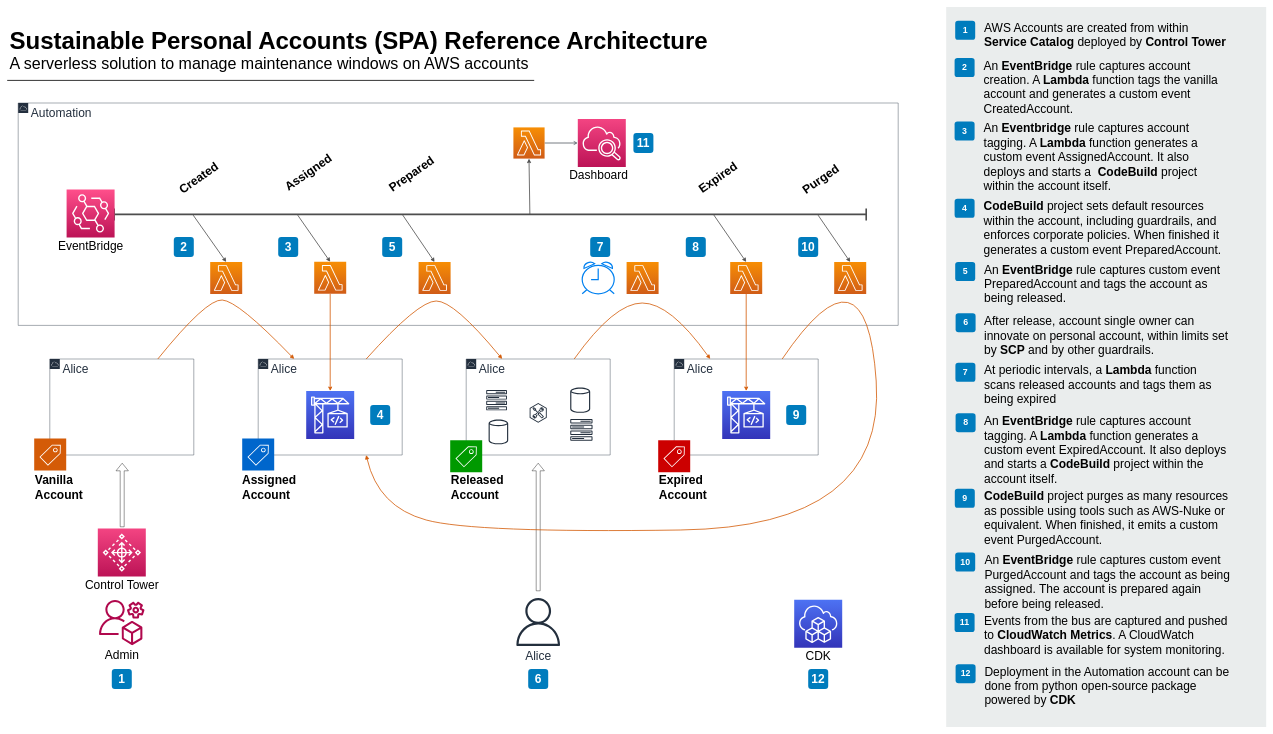
This is media/reference-architecture.drawio from reply-fr/sustainable-personal-accounts, a draw.io file, before an edit. Source tidied: cells renumbered, new cells numbered last; positions are measured from the earlier drawing's top-left corner, leaving out a move shared by most shapes. Both pictures are drawn from the tidied source at 40%, with x=0, y=0 at pixel (7, 7).
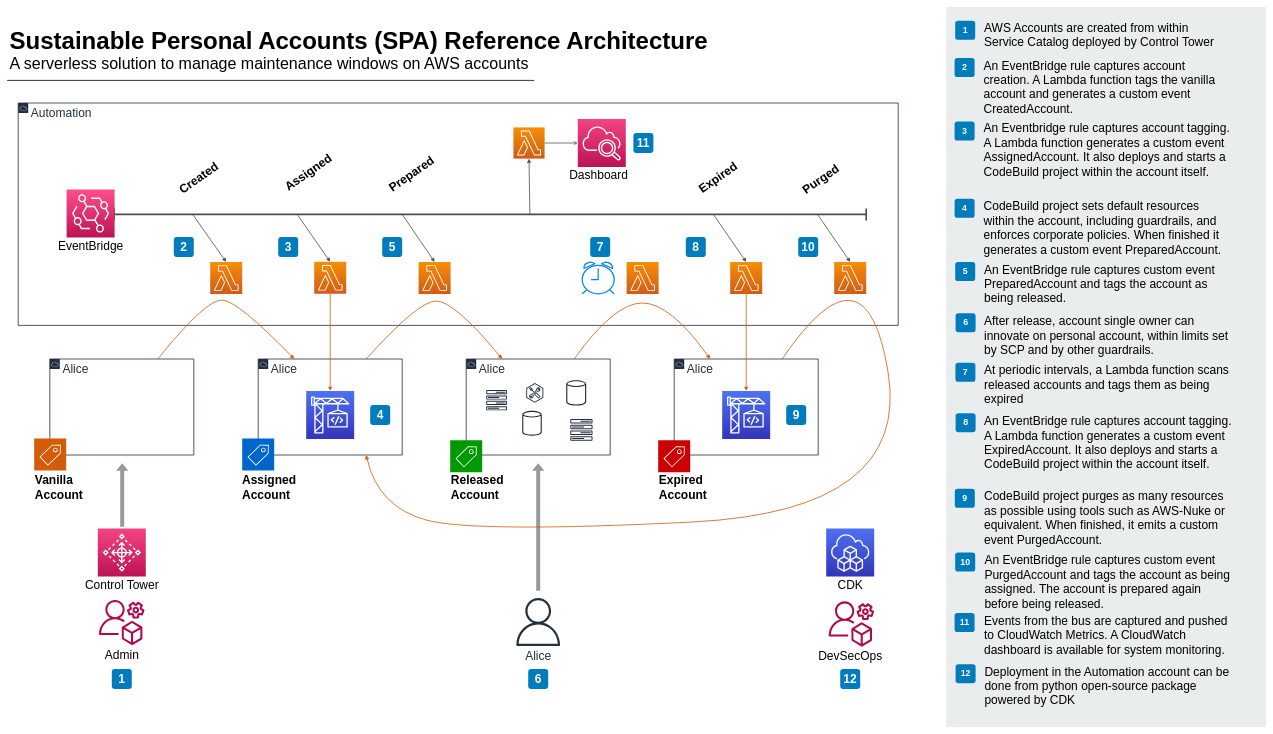
The same page after the edit.

Commit message (it also covers changes not shown here):
enhance the reference architecture again

Change to the diagram source:
```diff
@@
-    <mxCell id="2" value="Alice" style="points=[[0,0],[0.25,0],[0.5,0],[0.75,0],[1,0],[1,0.25],[1,0.5],[1,0.75],[1,1],[0.75,1],[0.5,1],[0.25,1],[0,1],[0,0.75],[0,0.5],[0,0.25]];outlineConnect=0;gradientColor=none;html=1;whiteSpace=wrap;fontSize=30;fontStyle=0;shape=mxgraph.aws4.group;grIcon=mxgraph.aws4.group_aws_cloud;strokeColor=#232F3E;fillColor=none;verticalAlign=top;align=left;spacingLeft=30;fontColor=#232F3E;dashed=0;" parent="1" vertex="1">
+    <mxCell id="2" value="Alice" style="points=[[0,0],[0.25,0],[0.5,0],[0.75,0],[1,0],[1,0.25],[1,0.5],[1,0.75],[1,1],[0.75,1],[0.5,1],[0.25,1],[0,1],[0,0.75],[0,0.5],[0,0.25]];outlineConnect=0;gradientColor=none;html=1;whiteSpace=wrap;fontSize=30;fontStyle=0;shape=mxgraph.aws4.group;grIcon=mxgraph.aws4.group_aws_cloud;strokeColor=#232F3E;fillColor=none;verticalAlign=top;align=left;spacingLeft=30;fontColor=#232F3E;dashed=0;strokeWidth=2;" parent="1" vertex="1">
       <mxGeometry x="628" y="880" width="360" height="240" as="geometry" />
     </mxCell>
@@
-    <mxCell id="7" value="&lt;font style=&quot;font-size: 30px;&quot;&gt;Automation&lt;/font&gt;" style="gradientColor=none;html=1;whiteSpace=wrap;fontSize=30;fontStyle=0;shape=mxgraph.aws4.group;grIcon=mxgraph.aws4.group_aws_cloud;strokeColor=#232F3E;fillColor=none;verticalAlign=top;align=left;spacingLeft=30;fontColor=#232F3E;dashed=0;" parent="1" vertex="1">
+    <mxCell id="7" value="&lt;font style=&quot;font-size: 30px;&quot;&gt;Automation&lt;/font&gt;" style="gradientColor=none;html=1;whiteSpace=wrap;fontSize=30;fontStyle=0;shape=mxgraph.aws4.group;grIcon=mxgraph.aws4.group_aws_cloud;strokeColor=#232F3E;fillColor=none;verticalAlign=top;align=left;spacingLeft=30;fontColor=#232F3E;dashed=0;strokeWidth=2;" parent="1" vertex="1">
       <mxGeometry x="28" y="240" width="2200" height="556" as="geometry" />
     </mxCell>
@@
-    <mxCell id="22" value="&lt;span style=&quot;font-size: 30px;&quot;&gt;AWS Accounts are created from within &lt;b style=&quot;font-size: 30px;&quot;&gt;Service Catalog&lt;/b&gt; deployed by &lt;b style=&quot;font-size: 30px;&quot;&gt;Control Tower&lt;/b&gt;&amp;nbsp;&lt;/span&gt;" style="text;html=1;align=left;verticalAlign=top;spacingTop=-4;fontSize=30;labelBackgroundColor=none;whiteSpace=wrap;" parent="1" vertex="1">
+    <mxCell id="22" value="&lt;span style=&quot;font-size: 30px;&quot;&gt;AWS Accounts are created from within &lt;span style=&quot;font-size: 30px;&quot;&gt;Service Catalog&lt;/span&gt; deployed by &lt;span style=&quot;font-size: 30px;&quot;&gt;Control Tower&lt;/span&gt;&amp;nbsp;&lt;/span&gt;" style="text;html=1;align=left;verticalAlign=top;spacingTop=-4;fontSize=30;labelBackgroundColor=none;whiteSpace=wrap;fontStyle=0;" parent="1" vertex="1">
       <mxGeometry x="2441" y="32" width="617" height="118" as="geometry" />
     </mxCell>
-    <mxCell id="23" value="&lt;span style=&quot;font-size: 30px;&quot;&gt;An &lt;b style=&quot;font-size: 30px;&quot;&gt;EventBridge&lt;/b&gt; rule captures account creation. A &lt;b style=&quot;font-size: 30px;&quot;&gt;Lambda&lt;/b&gt; function tags the vanilla account and generates a custom event CreatedAccount.&lt;/span&gt;" style="text;html=1;align=left;verticalAlign=top;spacingTop=-4;fontSize=30;labelBackgroundColor=none;whiteSpace=wrap;" parent="1" vertex="1">
+    <mxCell id="23" value="&lt;span style=&quot;font-size: 30px;&quot;&gt;An &lt;span style=&quot;font-size: 30px;&quot;&gt;EventBridge&lt;/span&gt; rule captures account creation. A &lt;span style=&quot;font-size: 30px;&quot;&gt;Lambda&lt;/span&gt; function tags the vanilla account and generates a custom event CreatedAccount.&lt;/span&gt;" style="text;html=1;align=left;verticalAlign=top;spacingTop=-4;fontSize=30;labelBackgroundColor=none;whiteSpace=wrap;fontStyle=0;" parent="1" vertex="1">
       <mxGeometry x="2440" y="126" width="618" height="115" as="geometry" />
     </mxCell>
-    <mxCell id="24" value="&lt;span style=&quot;font-size: 30px;&quot;&gt;An &lt;b style=&quot;font-size: 30px;&quot;&gt;Eventbridge&lt;/b&gt; rule captures account tagging. A &lt;b style=&quot;font-size: 30px;&quot;&gt;Lambda&lt;/b&gt; function generates a custom event AssignedAccount. It also deploys and starts a&amp;nbsp; &lt;b style=&quot;font-size: 30px;&quot;&gt;CodeBuild&lt;/b&gt; project within the account itself.&lt;/span&gt;" style="text;html=1;align=left;verticalAlign=top;spacingTop=-4;fontSize=30;labelBackgroundColor=none;whiteSpace=wrap;" parent="1" vertex="1">
+    <mxCell id="24" value="&lt;span style=&quot;font-size: 30px;&quot;&gt;An &lt;span style=&quot;font-size: 30px;&quot;&gt;Eventbridge&lt;/span&gt; rule captures account tagging. A &lt;span style=&quot;font-size: 30px;&quot;&gt;Lambda&lt;/span&gt; function generates a custom event AssignedAccount. It also deploys and starts a&amp;nbsp; &lt;span style=&quot;font-size: 30px;&quot;&gt;CodeBuild&lt;/span&gt; project within the account itself.&lt;/span&gt;" style="text;html=1;align=left;verticalAlign=top;spacingTop=-4;fontSize=30;labelBackgroundColor=none;whiteSpace=wrap;fontStyle=0;" parent="1" vertex="1">
       <mxGeometry x="2440" y="283" width="618" height="117" as="geometry" />
     </mxCell>
-    <mxCell id="25" value="&lt;span style=&quot;font-size: 30px;&quot;&gt;&lt;b style=&quot;font-size: 30px;&quot;&gt;CodeBuild&lt;/b&gt; project sets default resources within the account, including guardrails, and enforces corporate policies. When finished it generates a custom event PreparedAccount.&lt;/span&gt;" style="text;html=1;align=left;verticalAlign=top;spacingTop=-4;fontSize=30;labelBackgroundColor=none;whiteSpace=wrap;" parent="1" vertex="1">
+    <mxCell id="25" value="&lt;span style=&quot;font-size: 30px;&quot;&gt;&lt;span style=&quot;font-size: 30px;&quot;&gt;CodeBuild&lt;/span&gt; project sets default resources within the account, including guardrails, and enforces corporate policies. When finished it generates a custom event PreparedAccount.&lt;/span&gt;" style="text;html=1;align=left;verticalAlign=top;spacingTop=-4;fontSize=30;labelBackgroundColor=none;whiteSpace=wrap;fontStyle=0;" parent="1" vertex="1">
       <mxGeometry x="2440" y="478" width="618" height="121" as="geometry" />
     </mxCell>
-    <mxCell id="26" value="&lt;span style=&quot;font-size: 30px;&quot;&gt;An &lt;b style=&quot;font-size: 30px;&quot;&gt;EventBridge&lt;/b&gt; rule captures custom event PreparedAccount and tags the account as being released.&lt;/span&gt;" style="text;html=1;align=left;verticalAlign=top;spacingTop=-4;fontSize=30;labelBackgroundColor=none;whiteSpace=wrap;" parent="1" vertex="1">
+    <mxCell id="26" value="&lt;span style=&quot;font-size: 30px;&quot;&gt;An &lt;span style=&quot;font-size: 30px;&quot;&gt;EventBridge&lt;/span&gt; rule captures custom event PreparedAccount and tags the account as being released.&lt;/span&gt;" style="text;html=1;align=left;verticalAlign=top;spacingTop=-4;fontSize=30;labelBackgroundColor=none;whiteSpace=wrap;fontStyle=0;" parent="1" vertex="1">
       <mxGeometry x="2441" y="636" width="617" height="114" as="geometry" />
     </mxCell>
-    <mxCell id="27" value="&lt;span style=&quot;font-size: 30px;&quot;&gt;After release, account single owner can innovate on personal account, within limits set by &lt;b style=&quot;font-size: 30px;&quot;&gt;SCP&lt;/b&gt; and by other guardrails.&lt;/span&gt;" style="text;html=1;align=left;verticalAlign=top;spacingTop=-4;fontSize=30;labelBackgroundColor=none;whiteSpace=wrap;" parent="1" vertex="1">
+    <mxCell id="27" value="&lt;span style=&quot;font-size: 30px;&quot;&gt;After release, account single owner can innovate on personal account, within limits set by &lt;span style=&quot;font-size: 30px;&quot;&gt;SCP&lt;/span&gt; and by other guardrails.&lt;/span&gt;" style="text;html=1;align=left;verticalAlign=top;spacingTop=-4;fontSize=30;labelBackgroundColor=none;whiteSpace=wrap;fontStyle=0;" parent="1" vertex="1">
       <mxGeometry x="2441" y="765" width="617" height="118" as="geometry" />
     </mxCell>
-    <mxCell id="28" value="&lt;font style=&quot;font-size: 30px;&quot;&gt;At periodic intervals, a &lt;b style=&quot;font-size: 30px;&quot;&gt;Lambda&lt;/b&gt; function scans released accounts and tags them as being expired&lt;/font&gt;" style="text;html=1;align=left;verticalAlign=top;spacingTop=-4;fontSize=30;labelBackgroundColor=none;whiteSpace=wrap;" parent="1" vertex="1">
+    <mxCell id="28" value="&lt;font style=&quot;font-size: 30px;&quot;&gt;At periodic intervals, a &lt;span style=&quot;font-size: 30px;&quot;&gt;Lambda&lt;/span&gt; function scans released accounts and tags them as being expired&lt;/font&gt;" style="text;html=1;align=left;verticalAlign=top;spacingTop=-4;fontSize=30;labelBackgroundColor=none;whiteSpace=wrap;fontStyle=0;" parent="1" vertex="1">
       <mxGeometry x="2441" y="888" width="617" height="113" as="geometry" />
     </mxCell>
-    <mxCell id="29" value="&lt;font style=&quot;font-size: 30px;&quot;&gt;An &lt;b style=&quot;font-size: 30px;&quot;&gt;EventBridge&lt;/b&gt; rule captures account tagging. A &lt;b style=&quot;font-size: 30px;&quot;&gt;Lambda&lt;/b&gt; function generates a custom event ExpiredAccount. It also deploys and starts a &lt;b style=&quot;font-size: 30px;&quot;&gt;CodeBuild&lt;/b&gt; project within the account itself.&amp;nbsp;&lt;/font&gt;" style="text;html=1;align=left;verticalAlign=top;spacingTop=-4;fontSize=30;labelBackgroundColor=none;whiteSpace=wrap;" parent="1" vertex="1">
+    <mxCell id="29" value="&lt;font style=&quot;font-size: 30px;&quot;&gt;An &lt;span style=&quot;font-size: 30px;&quot;&gt;EventBridge&lt;/span&gt; rule captures account tagging. A &lt;span style=&quot;font-size: 30px;&quot;&gt;Lambda&lt;/span&gt; function generates a custom event ExpiredAccount. It also deploys and starts a &lt;span style=&quot;font-size: 30px;&quot;&gt;CodeBuild&lt;/span&gt; project within the account itself.&amp;nbsp;&lt;/font&gt;" style="text;html=1;align=left;verticalAlign=top;spacingTop=-4;fontSize=30;labelBackgroundColor=none;whiteSpace=wrap;fontStyle=0;" parent="1" vertex="1">
       <mxGeometry x="2441" y="1015" width="627" height="124" as="geometry" />
     </mxCell>
-    <mxCell id="30" value="&lt;span style=&quot;font-size: 30px;&quot;&gt;&lt;b style=&quot;font-size: 30px;&quot;&gt;CodeBuild&lt;/b&gt; project purges as many resources as possible using tools such as AWS-Nuke or equivalent. When finished, it emits a custom event PurgedAccount.&lt;/span&gt;" style="text;html=1;align=left;verticalAlign=top;spacingTop=-4;fontSize=30;labelBackgroundColor=none;whiteSpace=wrap;" parent="1" vertex="1">
+    <mxCell id="30" value="&lt;span style=&quot;font-size: 30px;&quot;&gt;&lt;span style=&quot;font-size: 30px;&quot;&gt;CodeBuild&lt;/span&gt; project purges as many resources as possible using tools such as AWS-Nuke or equivalent. When finished, it emits a custom event PurgedAccount.&lt;/span&gt;" style="text;html=1;align=left;verticalAlign=top;spacingTop=-4;fontSize=30;labelBackgroundColor=none;whiteSpace=wrap;fontStyle=0;" parent="1" vertex="1">
       <mxGeometry x="2441" y="1203" width="627" height="115" as="geometry" />
     </mxCell>
@@
-    <mxCell id="32" value="&lt;font style=&quot;font-size: 30px;&quot;&gt;An &lt;b style=&quot;font-size: 30px;&quot;&gt;EventBridge&lt;/b&gt; rule captures custom event PurgedAccount and tags the account as being assigned. The account is prepared again before being released.&lt;/font&gt;" style="text;html=1;align=left;verticalAlign=top;spacingTop=-4;fontSize=30;labelBackgroundColor=none;whiteSpace=wrap;" parent="1" vertex="1">
+    <mxCell id="32" value="&lt;font style=&quot;font-size: 30px;&quot;&gt;An &lt;span style=&quot;font-size: 30px;&quot;&gt;EventBridge&lt;/span&gt; rule captures custom event PurgedAccount and tags the account as being assigned. The account is prepared again before being released.&lt;/font&gt;" style="text;html=1;align=left;verticalAlign=top;spacingTop=-4;fontSize=30;labelBackgroundColor=none;whiteSpace=wrap;fontStyle=0;" parent="1" vertex="1">
       <mxGeometry x="2442" y="1362.5" width="626" height="115" as="geometry" />
     </mxCell>
@@
-    <mxCell id="34" value="&lt;font style=&quot;font-size: 30px;&quot;&gt;Events from the bus are captured and pushed to &lt;b style=&quot;font-size: 30px;&quot;&gt;CloudWatch&lt;/b&gt; &lt;b style=&quot;font-size: 30px;&quot;&gt;Metrics&lt;/b&gt;. A CloudWatch dashboard is available for system monitoring.&lt;/font&gt;" style="text;html=1;align=left;verticalAlign=top;spacingTop=-4;fontSize=30;labelBackgroundColor=none;whiteSpace=wrap;" parent="1" vertex="1">
+    <mxCell id="34" value="&lt;font style=&quot;font-size: 30px;&quot;&gt;Events from the bus are captured and pushed to &lt;span style=&quot;font-size: 30px;&quot;&gt;CloudWatch&lt;/span&gt; &lt;span style=&quot;font-size: 30px;&quot;&gt;Metrics&lt;/span&gt;. A CloudWatch dashboard is available for system monitoring.&lt;/font&gt;" style="text;html=1;align=left;verticalAlign=top;spacingTop=-4;fontSize=30;labelBackgroundColor=none;whiteSpace=wrap;fontStyle=0;" parent="1" vertex="1">
       <mxGeometry x="2440.5" y="1513.5" width="627.5" height="115" as="geometry" />
     </mxCell>
@@
-    <mxCell id="37" value="Alice" style="points=[[0,0],[0.25,0],[0.5,0],[0.75,0],[1,0],[1,0.25],[1,0.5],[1,0.75],[1,1],[0.75,1],[0.5,1],[0.25,1],[0,1],[0,0.75],[0,0.5],[0,0.25]];outlineConnect=0;gradientColor=none;html=1;whiteSpace=wrap;fontSize=30;fontStyle=0;shape=mxgraph.aws4.group;grIcon=mxgraph.aws4.group_aws_cloud;strokeColor=#232F3E;fillColor=none;verticalAlign=top;align=left;spacingLeft=30;fontColor=#232F3E;dashed=0;" parent="1" vertex="1">
+    <mxCell id="37" value="Alice" style="points=[[0,0],[0.25,0],[0.5,0],[0.75,0],[1,0],[1,0.25],[1,0.5],[1,0.75],[1,1],[0.75,1],[0.5,1],[0.25,1],[0,1],[0,0.75],[0,0.5],[0,0.25]];outlineConnect=0;gradientColor=none;html=1;whiteSpace=wrap;fontSize=30;fontStyle=0;shape=mxgraph.aws4.group;grIcon=mxgraph.aws4.group_aws_cloud;strokeColor=#232F3E;fillColor=none;verticalAlign=top;align=left;spacingLeft=30;fontColor=#232F3E;dashed=0;strokeWidth=2;" parent="1" vertex="1">
       <mxGeometry x="107" y="880" width="360" height="240" as="geometry" />
     </mxCell>
@@
     <mxCell id="39" style="sketch=0;fontColor=#232F3E;gradientColor=#4D72F3;gradientDirection=north;fillColor=#3334B9;strokeColor=#ffffff;dashed=0;verticalLabelPosition=bottom;verticalAlign=top;align=center;html=1;fontSize=30;fontStyle=0;shape=mxgraph.aws4.resourceIcon;resIcon=mxgraph.aws4.cloud_development_kit;" parent="1" vertex="1">
-      <mxGeometry x="1968" y="1482" width="120" height="120" as="geometry" />
+      <mxGeometry x="2048" y="1304" width="120" height="120" as="geometry" />
     </mxCell>
     <mxCell id="40" value="CDK" style="text;html=1;align=center;verticalAlign=top;spacingTop=-4;fontSize=30;fontStyle=0;" parent="1" vertex="1">
-      <mxGeometry x="1988" y="1602" width="80" height="40" as="geometry" />
+      <mxGeometry x="2068" y="1424" width="80" height="40" as="geometry" />
     </mxCell>
@@
-    <mxCell id="42" value="Alice" style="points=[[0,0],[0.25,0],[0.5,0],[0.75,0],[1,0],[1,0.25],[1,0.5],[1,0.75],[1,1],[0.75,1],[0.5,1],[0.25,1],[0,1],[0,0.75],[0,0.5],[0,0.25]];outlineConnect=0;gradientColor=none;html=1;whiteSpace=wrap;fontSize=30;fontStyle=0;shape=mxgraph.aws4.group;grIcon=mxgraph.aws4.group_aws_cloud;strokeColor=#232F3E;fillColor=none;verticalAlign=top;align=left;spacingLeft=30;fontColor=#232F3E;dashed=0;" parent="1" vertex="1">
+    <mxCell id="42" value="Alice" style="points=[[0,0],[0.25,0],[0.5,0],[0.75,0],[1,0],[1,0.25],[1,0.5],[1,0.75],[1,1],[0.75,1],[0.5,1],[0.25,1],[0,1],[0,0.75],[0,0.5],[0,0.25]];outlineConnect=0;gradientColor=none;html=1;whiteSpace=wrap;fontSize=30;fontStyle=0;shape=mxgraph.aws4.group;grIcon=mxgraph.aws4.group_aws_cloud;strokeColor=#232F3E;fillColor=none;verticalAlign=top;align=left;spacingLeft=30;fontColor=#232F3E;dashed=0;strokeWidth=2;" parent="1" vertex="1">
       <mxGeometry x="1148" y="880" width="360" height="240" as="geometry" />
     </mxCell>
     <mxCell id="43" style="sketch=0;fontColor=#232F3E;gradientColor=none;fillColor=#232F3D;strokeColor=none;dashed=0;verticalLabelPosition=bottom;verticalAlign=top;align=center;html=1;fontSize=30;fontStyle=0;shape=mxgraph.aws4.generic_database;shadow=0;" parent="42" vertex="1">
-      <mxGeometry x="260" y="70" width="50" height="66" as="geometry" />
+      <mxGeometry x="250" y="51.7" width="50" height="66" as="geometry" />
     </mxCell>
     <mxCell id="44" style="sketch=0;fontColor=#232F3E;gradientColor=none;fillColor=#232F3D;strokeColor=none;dashed=0;verticalLabelPosition=bottom;verticalAlign=top;align=center;html=1;fontSize=30;fontStyle=0;shape=mxgraph.aws4.external_toolkit;shadow=0;" parent="42" vertex="1">
-      <mxGeometry x="158.5" y="110" width="43" height="49.4" as="geometry" />
+      <mxGeometry x="150" y="60" width="43" height="49.4" as="geometry" />
     </mxCell>
@@
     <mxCell id="47" style="sketch=0;fontColor=#232F3E;gradientColor=none;fillColor=#232F3D;strokeColor=none;dashed=0;verticalLabelPosition=bottom;verticalAlign=top;align=center;html=1;fontSize=30;fontStyle=0;shape=mxgraph.aws4.generic_database;shadow=0;" parent="42" vertex="1">
-      <mxGeometry x="56" y="150" width="49" height="64.7" as="geometry" />
+      <mxGeometry x="140" y="128.3" width="49" height="64.7" as="geometry" />
     </mxCell>
-    <mxCell id="48" value="Alice" style="points=[[0,0],[0.25,0],[0.5,0],[0.75,0],[1,0],[1,0.25],[1,0.5],[1,0.75],[1,1],[0.75,1],[0.5,1],[0.25,1],[0,1],[0,0.75],[0,0.5],[0,0.25]];outlineConnect=0;gradientColor=none;html=1;whiteSpace=wrap;fontSize=30;fontStyle=0;shape=mxgraph.aws4.group;grIcon=mxgraph.aws4.group_aws_cloud;strokeColor=#232F3E;fillColor=none;verticalAlign=top;align=left;spacingLeft=30;fontColor=#232F3E;dashed=0;" parent="1" vertex="1">
+    <mxCell id="48" value="Alice" style="points=[[0,0],[0.25,0],[0.5,0],[0.75,0],[1,0],[1,0.25],[1,0.5],[1,0.75],[1,1],[0.75,1],[0.5,1],[0.25,1],[0,1],[0,0.75],[0,0.5],[0,0.25]];outlineConnect=0;gradientColor=none;html=1;whiteSpace=wrap;fontSize=30;fontStyle=0;shape=mxgraph.aws4.group;grIcon=mxgraph.aws4.group_aws_cloud;strokeColor=#232F3E;fillColor=none;verticalAlign=top;align=left;spacingLeft=30;fontColor=#232F3E;dashed=0;strokeWidth=2;" parent="1" vertex="1">
       <mxGeometry x="1668" y="880" width="360" height="240" as="geometry" />
     </mxCell>
@@
-    <mxCell id="51" style="shape=flexArrow;endArrow=classic;html=1;rounded=0;fontSize=30;" parent="1" edge="1">
+    <mxCell id="51" style="shape=flexArrow;endArrow=classic;html=1;rounded=0;fontSize=30;fillColor=#999999;strokeColor=none;" parent="1" edge="1">
       <mxGeometry relative="1" as="geometry">
         <mxPoint x="288" y="1300" as="sourcePoint" />
         <mxPoint x="288" y="1140" as="targetPoint" />
       </mxGeometry>
     </mxCell>
@@
-    <mxCell id="57" style="shape=flexArrow;endArrow=classic;html=1;rounded=0;fontSize=30;fillColor=default;" parent="1" edge="1">
+    <mxCell id="57" style="shape=flexArrow;endArrow=classic;html=1;rounded=0;fontSize=30;fillColor=#999999;strokeColor=none;" parent="1" edge="1">
       <mxGeometry relative="1" as="geometry">
         <mxPoint x="1328" y="1460" as="sourcePoint" />
         <mxPoint x="1328" y="1140" as="targetPoint" />
       </mxGeometry>
     </mxCell>
@@
-    <mxCell id="65" value="&lt;font style=&quot;font-size: 30px;&quot;&gt;Deployment in the Automation account can be done from python open-source package powered by &lt;b style=&quot;font-size: 30px;&quot;&gt;CDK&lt;/b&gt;&lt;/font&gt;" style="text;html=1;align=left;verticalAlign=top;spacingTop=-4;fontSize=30;labelBackgroundColor=none;whiteSpace=wrap;fontFamily=Helvetica;" parent="1" vertex="1">
+    <mxCell id="65" value="&lt;font style=&quot;font-size: 30px;&quot;&gt;Deployment in the Automation account can be done from python open-source package powered by &lt;span style=&quot;font-size: 30px;&quot;&gt;CDK&lt;/span&gt;&lt;/font&gt;" style="text;html=1;align=left;verticalAlign=top;spacingTop=-4;fontSize=30;labelBackgroundColor=none;whiteSpace=wrap;fontFamily=Helvetica;fontStyle=0;" parent="1" vertex="1">
       <mxGeometry x="2442" y="1641" width="626" height="115" as="geometry" />
     </mxCell>
     <mxCell id="66" value="12" style="rounded=1;whiteSpace=wrap;html=1;fillColor=#007CBD;strokeColor=none;fontColor=#FFFFFF;fontStyle=1;fontSize=30;labelBackgroundColor=none;" parent="1" vertex="1">
-      <mxGeometry x="2003" y="1655" width="50" height="50" as="geometry" />
+      <mxGeometry x="2083" y="1655" width="50" height="50" as="geometry" />
     </mxCell>
@@
     <mxCell id="101" style="curved=1;endArrow=block;html=1;rounded=0;fontSize=30;exitX=0.75;exitY=0;exitDx=0;exitDy=0;strokeColor=#D45B07;strokeWidth=2;endFill=1;entryX=0.75;entryY=1;entryDx=0;entryDy=0;" parent="1" edge="1" source="48" target="2">
       <mxGeometry relative="1" as="geometry">
         <Array as="points">
           <mxPoint x="2148" y="570" />
-          <mxPoint x="2198" y="1300" />
+          <mxPoint x="2258" y="1260" />
           <mxPoint x="1168" y="1315" />
           <mxPoint x="928" y="1250" />
         </Array>
       </mxGeometry>
     </mxCell>
+    <mxCell id="102" style="sketch=0;fontColor=#232F3E;gradientColor=none;fillColor=#B0084D;strokeColor=none;dashed=0;verticalLabelPosition=bottom;verticalAlign=top;align=center;html=1;fontSize=30;fontStyle=0;shape=mxgraph.aws4.organizations_management_account;" parent="1" vertex="1">
+      <mxGeometry x="2054.2" y="1482.5" width="113.8" height="120" as="geometry" />
+    </mxCell>
+    <mxCell id="103" value="DevSecOps" style="text;html=1;align=center;verticalAlign=top;spacingTop=-4;fontSize=30;fontStyle=0;" parent="1" vertex="1">
+      <mxGeometry x="2018" y="1602.5" width="180" height="40" as="geometry" />
+    </mxCell>
```
